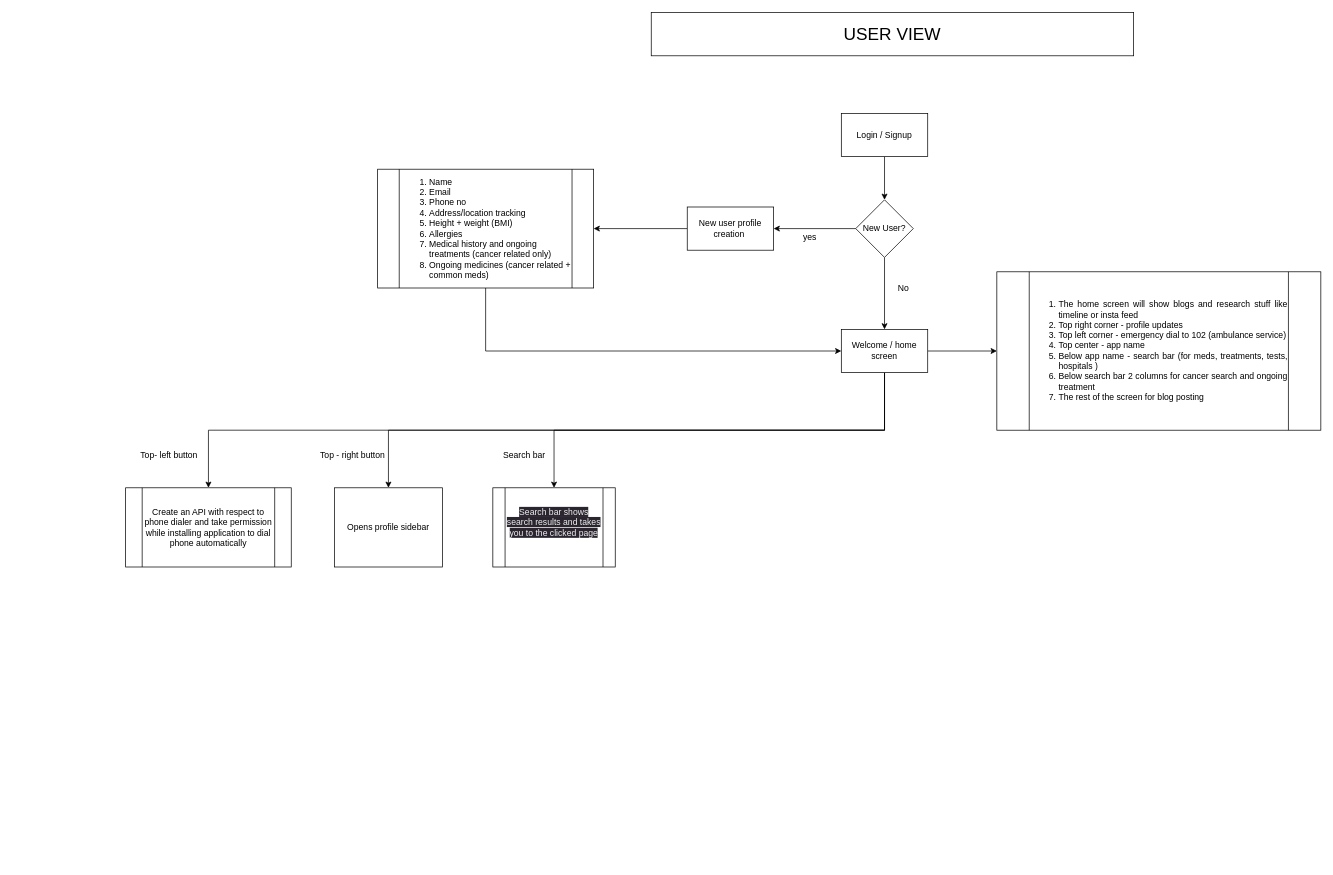
Before: Untitled Diagram.drawio in prateek-k-pal/diagrams, a draw.io diagram. Source tidied: cells renumbered, new cells numbered last; positions are measured from the earlier drawing's top-left corner, leaving out a move shared by most shapes. Both pictures are drawn from the tidied source at 72%, with x=0, y=0 at pixel (125, 12).
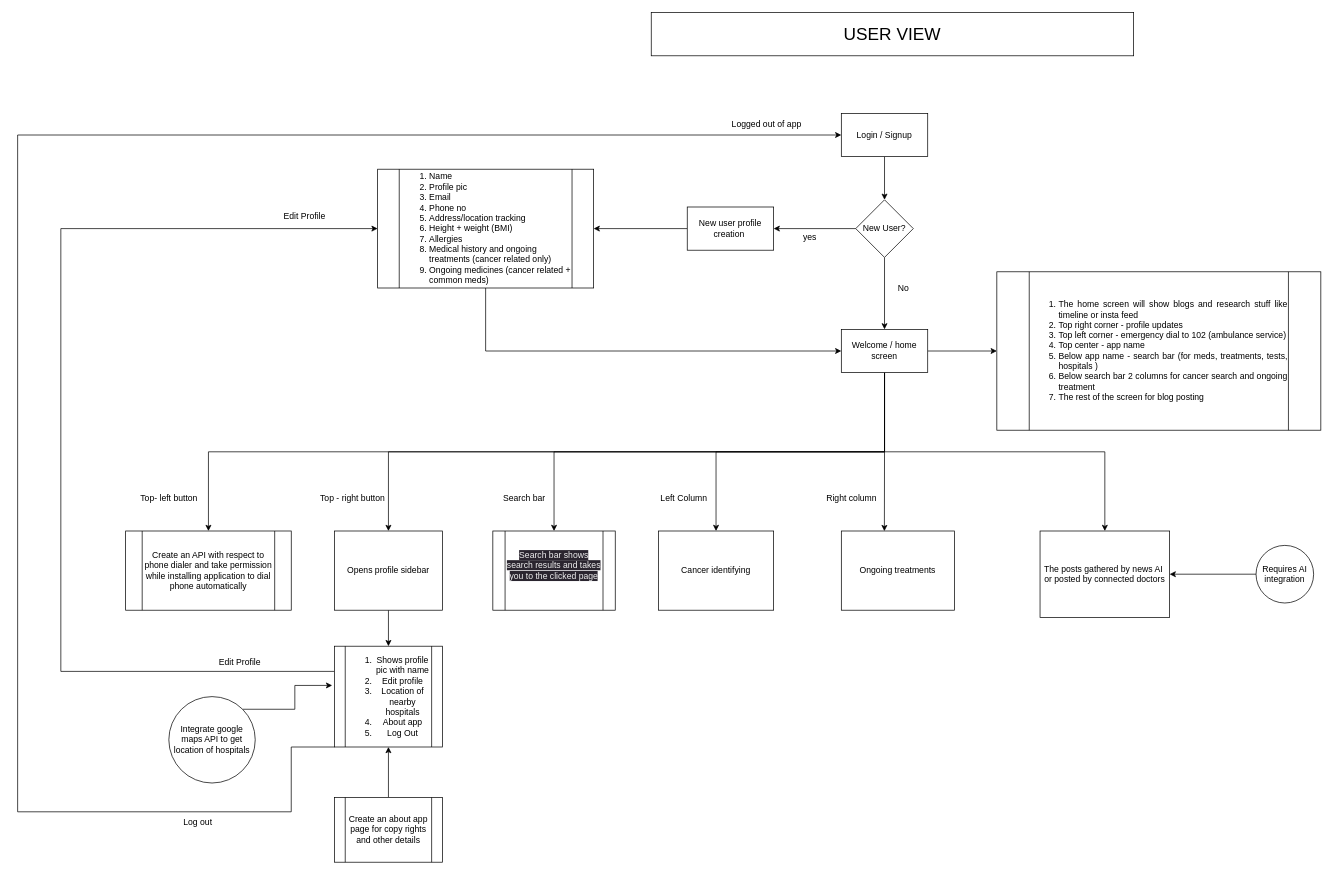
After the change.

Unchanged cells that the change refers to:
```xml
<mxCell id="3" value="Login / Signup" style="rounded=0;whiteSpace=wrap;html=1;" parent="1" vertex="1">
  <mxGeometry x="994" y="140" width="120" height="60" as="geometry" />
</mxCell>
<mxCell id="12" value="Welcome / home screen" style="rounded=0;whiteSpace=wrap;html=1;" parent="1" vertex="1">
  <mxGeometry x="994" y="440" width="120" height="60" as="geometry" />
</mxCell>
```

Change to the diagram source:
```diff
@@
+    <mxCell id="27" style="edgeStyle=orthogonalEdgeStyle;rounded=0;jettySize=auto;html=1;exitX=0.5;exitY=1;exitDx=0;exitDy=0;entryX=0.5;entryY=0;entryDx=0;entryDy=0;" parent="1" edge="1" source="12" target="31">
+      <mxGeometry relative="1" as="geometry" />
+    </mxCell>
+    <mxCell id="28" style="edgeStyle=orthogonalEdgeStyle;rounded=0;jettySize=auto;html=1;exitX=0.5;exitY=1;exitDx=0;exitDy=0;entryX=0.381;entryY=0.002;entryDx=0;entryDy=0;entryPerimeter=0;" parent="1" edge="1" source="12" target="32">
+      <mxGeometry relative="1" as="geometry" />
+    </mxCell>
+    <mxCell id="29" style="edgeStyle=orthogonalEdgeStyle;rounded=0;jettySize=auto;html=1;exitX=0.5;exitY=1;exitDx=0;exitDy=0;entryX=0.5;entryY=0;entryDx=0;entryDy=0;" parent="1" edge="1" source="12" target="33">
+      <mxGeometry relative="1" as="geometry" />
+    </mxCell>
@@
-    <mxCell id="17" value="&lt;div style=&quot;&quot;&gt;&lt;ol&gt;&lt;li&gt;&lt;span style=&quot;background-color: initial;&quot;&gt;Name&lt;/span&gt;&lt;/li&gt;&lt;li&gt;&lt;span style=&quot;background-color: initial;&quot;&gt;Email&lt;/span&gt;&lt;/li&gt;&lt;li&gt;&lt;span style=&quot;background-color: initial;&quot;&gt;Phone no&lt;/span&gt;&lt;/li&gt;&lt;li&gt;&lt;span style=&quot;background-color: initial;&quot;&gt;Address/location tracking&lt;/span&gt;&lt;/li&gt;&lt;li&gt;&lt;span style=&quot;background-color: initial;&quot;&gt;Height + weight (BMI)&lt;/span&gt;&lt;/li&gt;&lt;li&gt;&lt;span style=&quot;background-color: initial;&quot;&gt;Allergies&lt;/span&gt;&lt;/li&gt;&lt;li&gt;&lt;span style=&quot;background-color: initial;&quot;&gt;Medical history and ongoing treatments (cancer related only)&lt;/span&gt;&lt;/li&gt;&lt;li&gt;&lt;span style=&quot;background-color: initial;&quot;&gt;Ongoing medicines (cancer related + common meds)&lt;/span&gt;&lt;/li&gt;&lt;/ol&gt;&lt;/div&gt;" style="shape=process;whiteSpace=wrap;html=1;backgroundOutline=1;align=left;" parent="1" vertex="1">
+    <mxCell id="17" value="&lt;div style=&quot;&quot;&gt;&lt;ol&gt;&lt;li&gt;&lt;span style=&quot;background-color: initial;&quot;&gt;Name&lt;/span&gt;&lt;/li&gt;&lt;li&gt;&lt;span style=&quot;background-color: initial;&quot;&gt;Profile pic&lt;/span&gt;&lt;/li&gt;&lt;li&gt;&lt;span style=&quot;background-color: initial;&quot;&gt;Email&lt;/span&gt;&lt;/li&gt;&lt;li&gt;&lt;span style=&quot;background-color: initial;&quot;&gt;Phone no&lt;/span&gt;&lt;/li&gt;&lt;li&gt;&lt;span style=&quot;background-color: initial;&quot;&gt;Address/location tracking&lt;/span&gt;&lt;/li&gt;&lt;li&gt;&lt;span style=&quot;background-color: initial;&quot;&gt;Height + weight (BMI)&lt;/span&gt;&lt;/li&gt;&lt;li&gt;&lt;span style=&quot;background-color: initial;&quot;&gt;Allergies&lt;/span&gt;&lt;/li&gt;&lt;li&gt;&lt;span style=&quot;background-color: initial;&quot;&gt;Medical history and ongoing treatments (cancer related only)&lt;/span&gt;&lt;/li&gt;&lt;li&gt;&lt;span style=&quot;background-color: initial;&quot;&gt;Ongoing medicines (cancer related + common meds)&lt;/span&gt;&lt;/li&gt;&lt;/ol&gt;&lt;/div&gt;" style="shape=process;whiteSpace=wrap;html=1;backgroundOutline=1;align=left;" parent="1" vertex="1">
       <mxGeometry x="350" y="217.5" width="300" height="165" as="geometry" />
     </mxCell>
@@
     <mxCell id="21" value="Top- left button" style="text;html=1;align=center;verticalAlign=middle;strokeColor=none;fillColor=none;" parent="1" vertex="1">
-      <mxGeometry x="10" y="600" width="100" height="30" as="geometry" />
+      <mxGeometry x="10" y="660" width="100" height="30" as="geometry" />
     </mxCell>
     <mxCell id="22" value="Create an API with respect to phone dialer and take permission while installing application to dial phone automatically" style="shape=process;whiteSpace=wrap;html=1;backgroundOutline=1;" parent="1" vertex="1">
-      <mxGeometry y="660" width="230" height="110" as="geometry" />
+      <mxGeometry y="720" width="230" height="110" as="geometry" />
     </mxCell>
+    <mxCell id="30" style="edgeStyle=orthogonalEdgeStyle;rounded=0;jettySize=auto;html=1;exitX=0.5;exitY=1;exitDx=0;exitDy=0;entryX=0.5;entryY=0;entryDx=0;entryDy=0;" parent="1" edge="1" source="23" target="40">
+      <mxGeometry relative="1" as="geometry" />
+    </mxCell>
     <mxCell id="23" value="Opens profile sidebar" style="rounded=0;whiteSpace=wrap;html=1;" parent="1" vertex="1">
-      <mxGeometry x="290" y="660" width="150" height="110" as="geometry" />
+      <mxGeometry x="290" y="720" width="150" height="110" as="geometry" />
     </mxCell>
     <mxCell id="24" value="Top - right button" style="text;html=1;align=center;verticalAlign=middle;strokeColor=none;fillColor=none;" parent="1" vertex="1">
-      <mxGeometry x="260" y="600" width="110" height="30" as="geometry" />
+      <mxGeometry x="260" y="660" width="110" height="30" as="geometry" />
     </mxCell>
     <mxCell id="25" value="&#10;&lt;span style=&quot;color: rgb(240, 240, 240); font-family: Helvetica; font-size: 12px; font-style: normal; font-variant-ligatures: normal; font-variant-caps: normal; font-weight: 400; letter-spacing: normal; orphans: 2; text-align: center; text-indent: 0px; text-transform: none; widows: 2; word-spacing: 0px; -webkit-text-stroke-width: 0px; background-color: rgb(42, 37, 47); text-decoration-thickness: initial; text-decoration-style: initial; text-decoration-color: initial; float: none; display: inline !important;&quot;&gt;Search bar shows search results and takes you to the clicked page&lt;/span&gt;&#10;&#10;" style="shape=process;whiteSpace=wrap;html=1;backgroundOutline=1;" parent="1" vertex="1">
-      <mxGeometry x="510" y="660" width="170" height="110" as="geometry" />
+      <mxGeometry x="510" y="720" width="170" height="110" as="geometry" />
     </mxCell>
     <mxCell id="26" value="Search bar&amp;nbsp;" style="text;html=1;align=center;verticalAlign=middle;strokeColor=none;fillColor=none;" parent="1" vertex="1">
-      <mxGeometry x="510" y="600" width="90" height="30" as="geometry" />
+      <mxGeometry x="510" y="660" width="90" height="30" as="geometry" />
     </mxCell>
+    <mxCell id="31" value="Cancer identifying" style="rounded=0;whiteSpace=wrap;html=1;" parent="1" vertex="1">
+      <mxGeometry x="740" y="720" width="160" height="110" as="geometry" />
+    </mxCell>
+    <mxCell id="32" value="Ongoing treatments" style="rounded=0;whiteSpace=wrap;html=1;" parent="1" vertex="1">
+      <mxGeometry x="994" y="720" width="157" height="110" as="geometry" />
+    </mxCell>
+    <mxCell id="33" value="The posts gathered by news AI&amp;nbsp; or posted by connected doctors" style="rounded=0;whiteSpace=wrap;html=1;" parent="1" vertex="1">
+      <mxGeometry x="1270" y="720" width="180" height="120" as="geometry" />
+    </mxCell>
+    <mxCell id="34" style="edgeStyle=orthogonalEdgeStyle;rounded=0;jettySize=auto;html=1;entryX=1;entryY=0.5;entryDx=0;entryDy=0;" parent="1" edge="1" source="35" target="33">
+      <mxGeometry relative="1" as="geometry" />
+    </mxCell>
+    <mxCell id="35" value="Requires AI integration" style="ellipse;whiteSpace=wrap;html=1;" parent="1" vertex="1">
+      <mxGeometry x="1570" y="740" width="80" height="80" as="geometry" />
+    </mxCell>
+    <mxCell id="36" value="Left Column" style="text;html=1;align=center;verticalAlign=middle;strokeColor=none;fillColor=none;" parent="1" vertex="1">
+      <mxGeometry x="730" y="660" width="90" height="30" as="geometry" />
+    </mxCell>
+    <mxCell id="37" value="Right column" style="text;html=1;align=center;verticalAlign=middle;strokeColor=none;fillColor=none;" parent="1" vertex="1">
+      <mxGeometry x="963" y="660" width="90" height="30" as="geometry" />
+    </mxCell>
+    <mxCell id="38" style="edgeStyle=orthogonalEdgeStyle;rounded=0;jettySize=auto;html=1;exitX=0;exitY=0.25;exitDx=0;exitDy=0;entryX=0;entryY=0.5;entryDx=0;entryDy=0;" parent="1" edge="1" source="40" target="17">
+      <mxGeometry relative="1" as="geometry">
+        <Array as="points">
+          <mxPoint x="-90" y="915" />
+          <mxPoint x="-90" y="300" />
+        </Array>
+      </mxGeometry>
+    </mxCell>
+    <mxCell id="39" style="edgeStyle=orthogonalEdgeStyle;rounded=0;jettySize=auto;html=1;exitX=0;exitY=1;exitDx=0;exitDy=0;entryX=0;entryY=0.5;entryDx=0;entryDy=0;" parent="1" edge="1" source="40" target="3">
+      <mxGeometry relative="1" as="geometry">
+        <Array as="points">
+          <mxPoint x="230" y="1020" />
+          <mxPoint x="230" y="1110" />
+          <mxPoint x="-150" y="1110" />
+          <mxPoint x="-150" y="170" />
+        </Array>
+      </mxGeometry>
+    </mxCell>
+    <mxCell id="40" value="&lt;ol&gt;&lt;li&gt;Shows profile pic with name&lt;/li&gt;&lt;li&gt;Edit profile&lt;/li&gt;&lt;li&gt;Location of nearby hospitals&lt;/li&gt;&lt;li&gt;About app&lt;/li&gt;&lt;li&gt;Log Out&lt;/li&gt;&lt;/ol&gt;" style="shape=process;whiteSpace=wrap;html=1;backgroundOutline=1;" parent="1" vertex="1">
+      <mxGeometry x="290" y="880" width="150" height="140" as="geometry" />
+    </mxCell>
+    <mxCell id="41" value="Edit Profile&amp;nbsp;" style="text;html=1;align=center;verticalAlign=middle;strokeColor=none;fillColor=none;" parent="1" vertex="1">
+      <mxGeometry x="120" y="888" width="80" height="30" as="geometry" />
+    </mxCell>
+    <mxCell id="42" value="Edit Profile&amp;nbsp;" style="text;html=1;align=center;verticalAlign=middle;strokeColor=none;fillColor=none;" parent="1" vertex="1">
+      <mxGeometry x="210" y="268" width="80" height="30" as="geometry" />
+    </mxCell>
+    <mxCell id="43" style="edgeStyle=orthogonalEdgeStyle;rounded=0;jettySize=auto;html=1;exitX=1;exitY=0;exitDx=0;exitDy=0;entryX=-0.021;entryY=0.389;entryDx=0;entryDy=0;entryPerimeter=0;" parent="1" edge="1" source="44" target="40">
+      <mxGeometry relative="1" as="geometry" />
+    </mxCell>
+    <mxCell id="44" value="Integrate google maps API to get location of hospitals" style="ellipse;whiteSpace=wrap;html=1;" parent="1" vertex="1">
+      <mxGeometry x="60" y="950" width="120" height="120" as="geometry" />
+    </mxCell>
+    <mxCell id="45" style="edgeStyle=orthogonalEdgeStyle;rounded=0;jettySize=auto;html=1;exitX=0.5;exitY=0;exitDx=0;exitDy=0;" parent="1" edge="1" source="46" target="40">
+      <mxGeometry relative="1" as="geometry" />
+    </mxCell>
+    <mxCell id="46" value="Create an about app page for copy rights and other details" style="shape=process;whiteSpace=wrap;html=1;backgroundOutline=1;" parent="1" vertex="1">
+      <mxGeometry x="290" y="1090" width="150" height="90" as="geometry" />
+    </mxCell>
+    <mxCell id="47" value="Logged out of app" style="text;html=1;align=center;verticalAlign=middle;strokeColor=none;fillColor=none;" parent="1" vertex="1">
+      <mxGeometry x="830" y="140" width="120" height="30" as="geometry" />
+    </mxCell>
+    <mxCell id="48" value="Log out" style="text;html=1;align=center;verticalAlign=middle;strokeColor=none;fillColor=none;" parent="1" vertex="1">
+      <mxGeometry x="70" y="1110" width="60" height="30" as="geometry" />
+    </mxCell>
```
